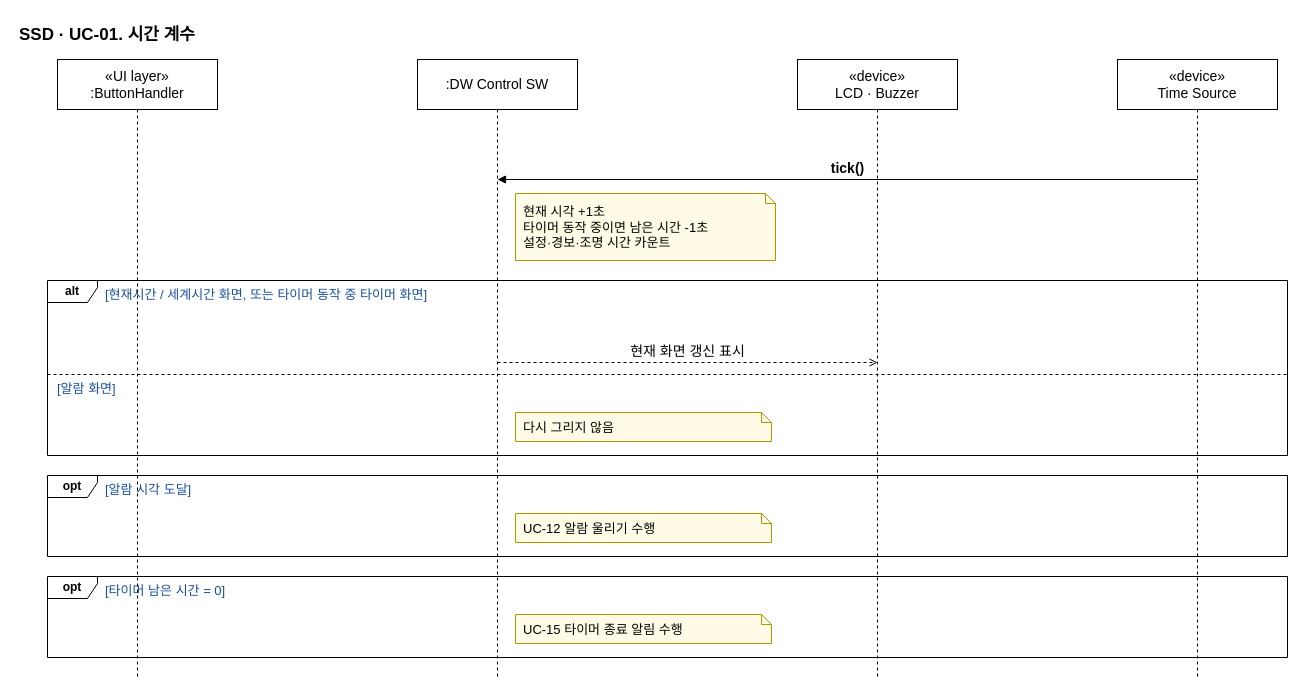
Above: page "UC-01" (1 of 12) of docs/OOAD/practice/ssd/DigitalWatch_SSD.drawio in sspring2048/AssoArch (draw.io), before the change. Source tidied: cells renumbered, new cells numbered last; positions are measured from the earlier drawing's top-left corner, leaving out a move shared by most shapes. Both pictures are drawn from the tidied source at 100%, with x=0, y=0 at pixel (17, 17).
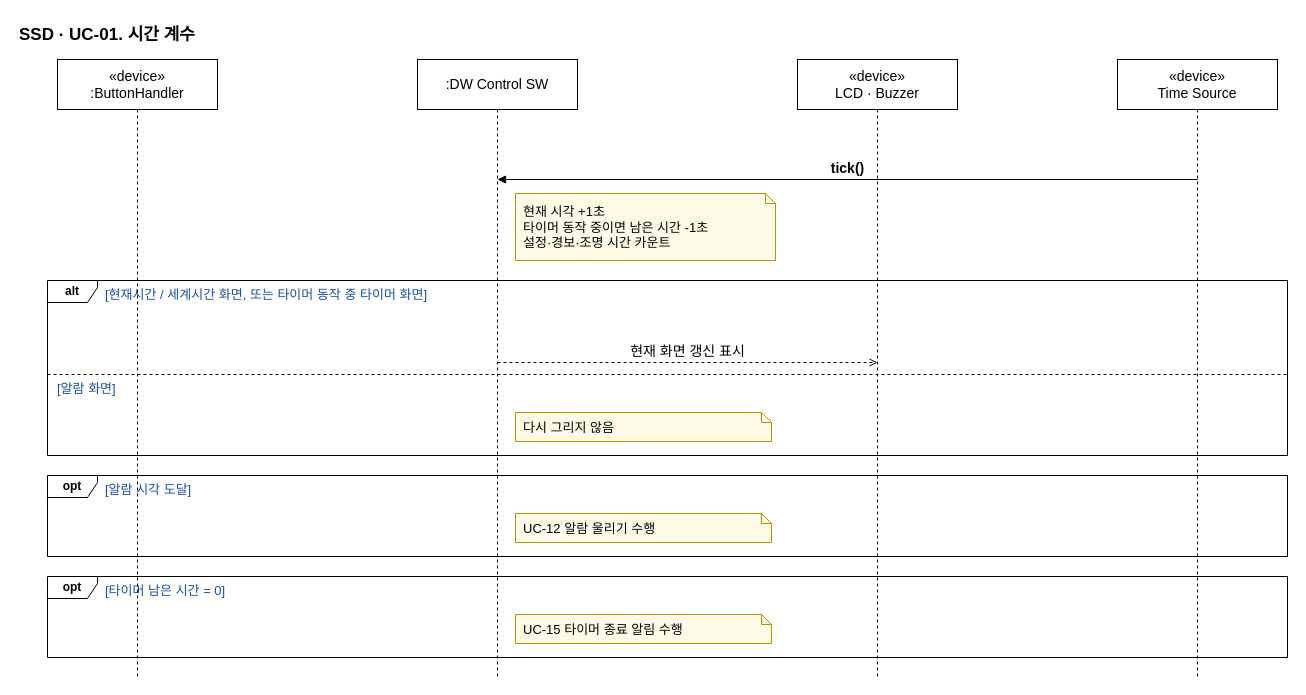
Above is the later version.

What changed in the source:
```diff
@@
-    <mxCell id="11" value="«UI layer»&lt;br&gt;:ButtonHandler" style="shape=umlLifeline;perimeter=lifelinePerimeter;whiteSpace=wrap;html=1;size=50;fontSize=14;" parent="1" vertex="1">
+    <mxCell id="11" value="«device»&lt;br&gt;:ButtonHandler" style="shape=umlLifeline;perimeter=lifelinePerimeter;whiteSpace=wrap;html=1;size=50;fontSize=14;" parent="1" vertex="1">
       <mxGeometry x="40" y="42" width="160" height="618" as="geometry" />
     </mxCell>
```
